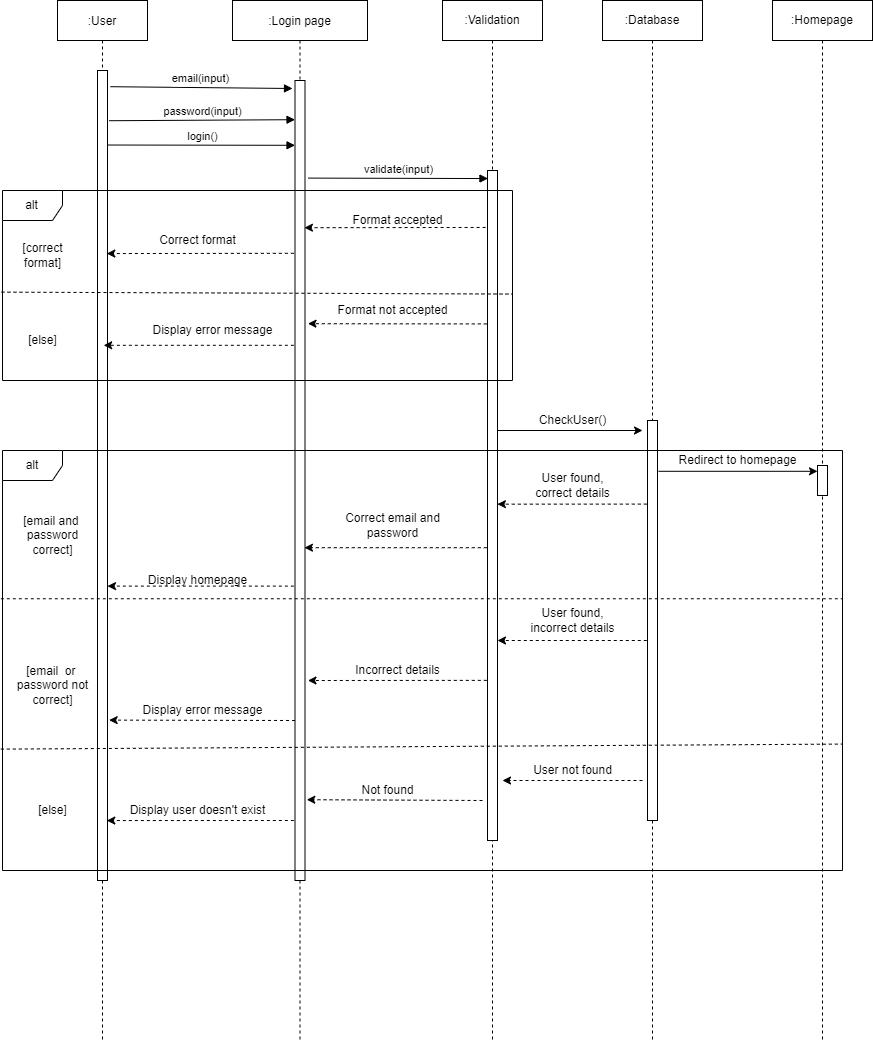
adikolli20/Event-Planner-Application keeps this draw.io diagram as Diagrams/Sequence diagrams/Login.png. Above is the earlier version. Source tidied: cells renumbered, new cells last; positions are measured from the earlier drawing's top-left corner, leaving out a move shared by most shapes.
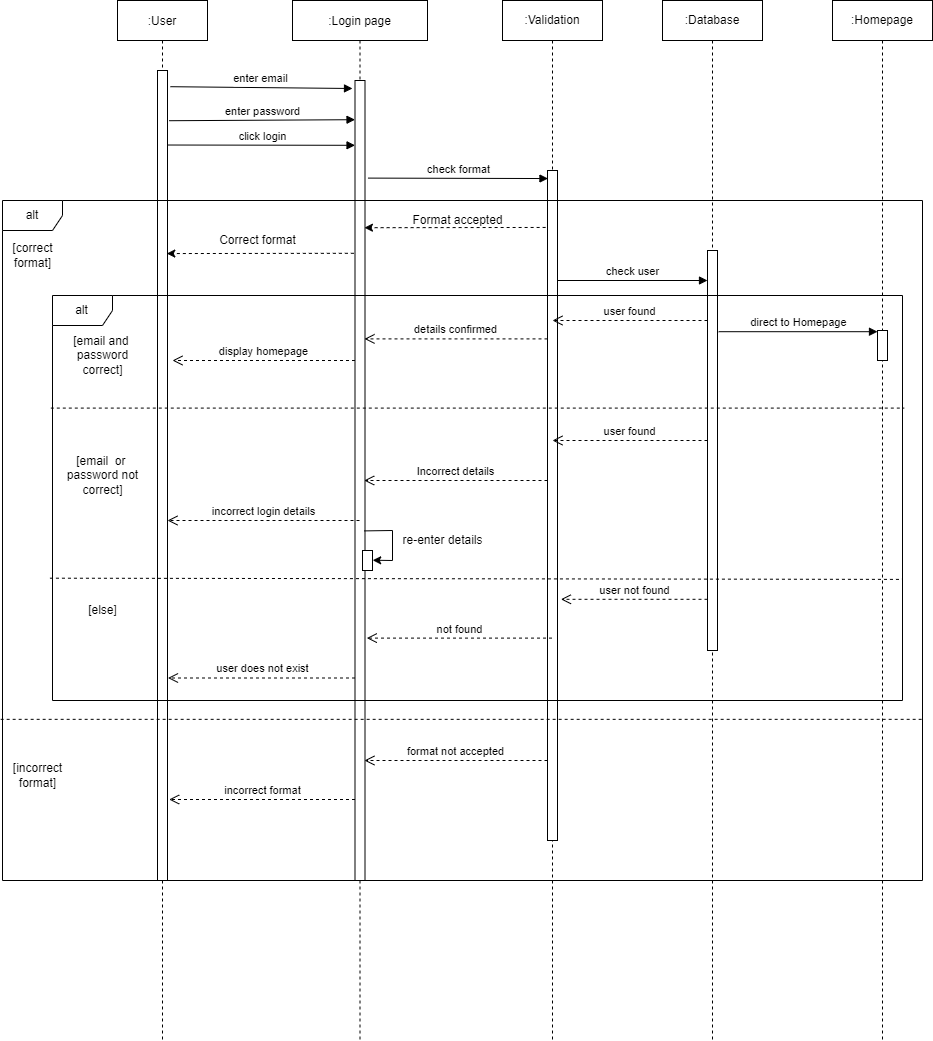
The same file after the commit.

The edit, as a diff of the source:
```diff
@@ -16,3 +16,14 @@
     </mxCell>
+    <mxCell id="57" style="html=1;points=[];perimeter=orthogonalPerimeter;" parent="4" vertex="1">
+      <mxGeometry x="70" y="550" width="10" height="20" as="geometry" />
+    </mxCell>
+    <mxCell id="58" style="endArrow=classic;html=1;rounded=0;entryX=1.019;entryY=0.486;entryDx=0;entryDy=0;entryPerimeter=0;exitX=0.931;exitY=0.563;exitDx=0;exitDy=0;exitPerimeter=0;" parent="4" edge="1" source="5" target="57">
+      <mxGeometry relative="1" as="geometry">
+        <Array as="points">
+          <mxPoint x="100" y="530" />
+          <mxPoint x="100" y="560" />
+        </Array>
+      </mxGeometry>
+    </mxCell>
-    <mxCell id="6" value="email(input)" style="verticalAlign=bottom;endArrow=block;shadow=0;strokeWidth=1;exitX=1.282;exitY=0.02;exitDx=0;exitDy=0;exitPerimeter=0;" parent="1" edge="1" source="3">
+    <mxCell id="6" value="enter email" style="verticalAlign=bottom;endArrow=block;shadow=0;strokeWidth=1;exitX=1.282;exitY=0.02;exitDx=0;exitDy=0;exitPerimeter=0;" parent="1" edge="1" source="3">
       <mxGeometry relative="1" as="geometry">
@@ -25,3 +36,3 @@
     <mxCell id="8" style="html=1;points=[];perimeter=orthogonalPerimeter;" parent="7" vertex="1">
-      <mxGeometry x="45" y="420" width="10" height="400" as="geometry" />
+      <mxGeometry x="45" y="250" width="10" height="400" as="geometry" />
     </mxCell>
@@ -31,3 +42,3 @@
     <mxCell id="10" style="html=1;points=[];perimeter=orthogonalPerimeter;" parent="9" vertex="1">
-      <mxGeometry x="45" y="465" width="10" height="30" as="geometry" />
+      <mxGeometry x="45" y="330" width="10" height="30" as="geometry" />
     </mxCell>
@@ -39,9 +50,9 @@
     </mxCell>
-    <mxCell id="13" value="validate(input)" style="html=1;verticalAlign=bottom;endArrow=block;rounded=0;exitX=1.297;exitY=0.122;exitDx=0;exitDy=0;exitPerimeter=0;entryX=0.047;entryY=0.012;entryDx=0;entryDy=0;entryPerimeter=0;" parent="1" edge="1" source="5" target="12">
+    <mxCell id="13" value="check format" style="html=1;verticalAlign=bottom;endArrow=block;rounded=0;exitX=1.297;exitY=0.122;exitDx=0;exitDy=0;exitPerimeter=0;entryX=0.047;entryY=0.012;entryDx=0;entryDy=0;entryPerimeter=0;" parent="1" edge="1" source="5" target="12">
       <mxGeometry relative="1" as="geometry" />
     </mxCell>
-    <mxCell id="14" value="password(input)" style="html=1;verticalAlign=bottom;endArrow=block;rounded=0;entryX=0.003;entryY=0.049;entryDx=0;entryDy=0;entryPerimeter=0;exitX=1.165;exitY=0.062;exitDx=0;exitDy=0;exitPerimeter=0;" parent="1" edge="1" source="3" target="5">
+    <mxCell id="14" value="enter password" style="html=1;verticalAlign=bottom;endArrow=block;rounded=0;entryX=0.003;entryY=0.049;entryDx=0;entryDy=0;entryPerimeter=0;exitX=1.165;exitY=0.062;exitDx=0;exitDy=0;exitPerimeter=0;" parent="1" edge="1" source="3" target="5">
       <mxGeometry relative="1" as="geometry" />
     </mxCell>
-    <mxCell id="15" value="login()" style="html=1;verticalAlign=bottom;endArrow=block;rounded=0;entryX=0.003;entryY=0.081;entryDx=0;entryDy=0;entryPerimeter=0;exitX=1.047;exitY=0.092;exitDx=0;exitDy=0;exitPerimeter=0;" parent="1" edge="1" source="3" target="5">
+    <mxCell id="15" value="click login" style="html=1;verticalAlign=bottom;endArrow=block;rounded=0;entryX=0.003;entryY=0.081;entryDx=0;entryDy=0;entryPerimeter=0;exitX=1.047;exitY=0.092;exitDx=0;exitDy=0;exitPerimeter=0;" parent="1" edge="1" source="3" target="5">
       <mxGeometry relative="1" as="geometry" />
@@ -49,6 +60,6 @@
     <mxCell id="16" value="[correct&lt;br&gt;format]" style="text;html=1;align=center;verticalAlign=middle;strokeColor=none;fillColor=none;" parent="1" vertex="1">
-      <mxGeometry x="10" y="240" width="60" height="30" as="geometry" />
+      <mxGeometry x="-60" y="240" width="60" height="30" as="geometry" />
     </mxCell>
-    <mxCell id="17" value="[else]" style="text;html=1;align=center;verticalAlign=middle;strokeColor=none;fillColor=none;" parent="1" vertex="1">
-      <mxGeometry x="20" y="330" width="40" height="20" as="geometry" />
+    <mxCell id="17" value="[incorrect&lt;br&gt;format]" style="text;html=1;align=center;verticalAlign=middle;strokeColor=none;fillColor=none;" parent="1" vertex="1">
+      <mxGeometry x="-55" y="760" width="60" height="30" as="geometry" />
     </mxCell>
@@ -66,13 +77,2 @@
     </mxCell>
-    <mxCell id="21" style="html=1;labelBackgroundColor=#ffffff;startArrow=none;startFill=0;startSize=6;endArrow=classic;endFill=1;endSize=6;jettySize=auto;strokeWidth=1;dashed=1;fontSize=14;rounded=0;exitX=-0.071;exitY=0.229;exitDx=0;exitDy=0;exitPerimeter=0;entryX=1.297;entryY=0.304;entryDx=0;entryDy=0;entryPerimeter=0;" parent="1" edge="1" source="12" target="5">
-      <mxGeometry relative="1" as="geometry" />
-    </mxCell>
-    <mxCell id="22" style="html=1;labelBackgroundColor=#ffffff;startArrow=none;startFill=0;startSize=6;endArrow=classic;endFill=1;endSize=6;jettySize=auto;strokeWidth=1;dashed=1;fontSize=14;rounded=0;entryX=1.117;entryY=0.916;entryDx=0;entryDy=0;entryPerimeter=0;exitX=-0.115;exitY=0.331;exitDx=0;exitDy=0;exitPerimeter=0;" parent="1" edge="1" source="5">
-      <mxGeometry relative="1" as="geometry">
-        <mxPoint x="101.2" y="344.8" as="targetPoint" />
-      </mxGeometry>
-    </mxCell>
-    <mxCell id="23" value="Format not accepted" style="text;html=1;align=center;verticalAlign=middle;strokeColor=none;fillColor=none;" parent="1" vertex="1">
-      <mxGeometry x="325" y="300" width="130" height="20" as="geometry" />
-    </mxCell>
     <mxCell id="24" style="html=1;labelBackgroundColor=#ffffff;startArrow=none;startFill=0;startSize=6;endArrow=classic;endFill=1;endSize=6;jettySize=auto;strokeWidth=1;dashed=1;fontSize=14;rounded=0;entryX=0.929;entryY=0.226;entryDx=0;entryDy=0;entryPerimeter=0;exitX=-0.115;exitY=0.216;exitDx=0;exitDy=0;exitPerimeter=0;" parent="1" edge="1" source="5" target="3">
@@ -83,102 +83,74 @@
     </mxCell>
-    <mxCell id="26" style="endArrow=classic;html=1;rounded=0;" parent="1" edge="1" source="12">
-      <mxGeometry relative="1" as="geometry">
-        <mxPoint x="640" y="430" as="targetPoint" />
-      </mxGeometry>
-    </mxCell>
-    <mxCell id="27" value="CheckUser()" style="text;html=1;align=center;verticalAlign=middle;strokeColor=none;fillColor=none;" parent="1" vertex="1">
-      <mxGeometry x="530" y="410" width="80" height="20" as="geometry" />
-    </mxCell>
     <mxCell id="28" value="alt" style="shape=umlFrame;whiteSpace=wrap;html=1;" parent="1" vertex="1">
-      <mxGeometry y="450" width="840" height="420" as="geometry" />
+      <mxGeometry x="-10" y="295" width="850" height="405" as="geometry" />
     </mxCell>
-    <mxCell id="29" value="User found,&lt;br&gt;correct details" style="text;html=1;align=center;verticalAlign=middle;strokeColor=none;fillColor=none;" parent="1" vertex="1">
-      <mxGeometry x="525" y="470" width="90" height="30" as="geometry" />
-    </mxCell>
-    <mxCell id="30" style="html=1;labelBackgroundColor=#ffffff;startArrow=none;startFill=0;startSize=6;endArrow=classic;endFill=1;endSize=6;jettySize=auto;strokeWidth=1;dashed=1;fontSize=14;rounded=0;exitX=-0.071;exitY=0.563;exitDx=0;exitDy=0;exitPerimeter=0;entryX=0.944;entryY=0.584;entryDx=0;entryDy=0;entryPerimeter=0;" parent="1" edge="1" source="12" target="5">
-      <mxGeometry relative="1" as="geometry" />
-    </mxCell>
-    <mxCell id="31" value="Correct email and&lt;br&gt;password" style="text;html=1;align=center;verticalAlign=middle;strokeColor=none;fillColor=none;" parent="1" vertex="1">
-      <mxGeometry x="335" y="510" width="110" height="30" as="geometry" />
-    </mxCell>
     <mxCell id="32" value="alt" style="shape=umlFrame;whiteSpace=wrap;html=1;" parent="1" vertex="1">
-      <mxGeometry y="190" width="510" height="190" as="geometry" />
+      <mxGeometry x="-60" y="200" width="920" height="680" as="geometry" />
     </mxCell>
-    <mxCell id="33" style="endArrow=none;dashed=1;html=1;rounded=0;exitX=-0.002;exitY=0.535;exitDx=0;exitDy=0;exitPerimeter=0;entryX=1;entryY=0.545;entryDx=0;entryDy=0;entryPerimeter=0;" parent="1" edge="1" source="32" target="32">
+    <mxCell id="33" style="endArrow=none;dashed=1;html=1;rounded=0;entryX=1;entryY=0.763;entryDx=0;entryDy=0;entryPerimeter=0;exitX=-0.002;exitY=0.763;exitDx=0;exitDy=0;exitPerimeter=0;" parent="1" edge="1" source="32" target="32">
       <mxGeometry relative="1" as="geometry" />
     </mxCell>
+    <mxCell id="38" style="endArrow=none;dashed=1;html=1;rounded=0;exitX=-0.002;exitY=0.278;exitDx=0;exitDy=0;exitPerimeter=0;entryX=1.002;entryY=0.278;entryDx=0;entryDy=0;entryPerimeter=0;" parent="1" edge="1" source="28" target="28">
+      <mxGeometry relative="1" as="geometry" />
+    </mxCell>
+    <mxCell id="45" style="endArrow=none;dashed=1;html=1;rounded=0;exitX=-0.003;exitY=0.698;exitDx=0;exitDy=0;exitPerimeter=0;entryX=1;entryY=0.701;entryDx=0;entryDy=0;entryPerimeter=0;" parent="1" edge="1" source="28" target="28">
+      <mxGeometry relative="1" as="geometry" />
+    </mxCell>
+    <mxCell id="52" value="[email and&amp;nbsp;&lt;br&gt;password&lt;br&gt;correct]" style="text;html=1;align=center;verticalAlign=middle;strokeColor=none;fillColor=none;" parent="1" vertex="1">
+      <mxGeometry x="5" y="330" width="70" height="50" as="geometry" />
+    </mxCell>
+    <mxCell id="54" value="[else]" style="text;html=1;align=center;verticalAlign=middle;strokeColor=none;fillColor=none;" parent="1" vertex="1">
+      <mxGeometry x="20" y="600" width="40" height="20" as="geometry" />
+    </mxCell>
+    <mxCell id="59" value="check user" style="html=1;verticalAlign=bottom;endArrow=block;rounded=0;entryX=0;entryY=0.075;entryDx=0;entryDy=0;entryPerimeter=0;" parent="1" edge="1" source="12" target="8">
+      <mxGeometry relative="1" as="geometry" />
+    </mxCell>
+    <mxCell id="60" value="user found" style="html=1;verticalAlign=bottom;endArrow=open;dashed=1;endSize=8;rounded=0;" parent="1" edge="1" source="8">
+      <mxGeometry relative="1" as="geometry">
+        <mxPoint x="490" y="320" as="targetPoint" />
+      </mxGeometry>
+    </mxCell>
+    <mxCell id="61" value="display homepage" style="html=1;verticalAlign=bottom;endArrow=open;dashed=1;endSize=8;rounded=0;" parent="1" edge="1" source="5">
+      <mxGeometry relative="1" as="geometry">
+        <mxPoint x="110" y="360" as="targetPoint" />
+      </mxGeometry>
+    </mxCell>
-    <mxCell id="34" style="endArrow=classic;html=1;rounded=0;exitX=1.106;exitY=0.127;exitDx=0;exitDy=0;exitPerimeter=0;" parent="1" edge="1" source="8" target="10">
+    <mxCell id="34" value="direct to Homepage" style="html=1;verticalAlign=bottom;endArrow=block;rounded=0;exitX=1.117;exitY=0.203;exitDx=0;exitDy=0;exitPerimeter=0;" parent="1" edge="1" source="8" target="10">
       <mxGeometry relative="1" as="geometry" />
     </mxCell>
-    <mxCell id="35" value="Display error message" style="text;html=1;align=center;verticalAlign=middle;strokeColor=none;fillColor=none;" parent="1" vertex="1">
-      <mxGeometry x="140" y="320" width="140" height="20" as="geometry" />
-    </mxCell>
-    <mxCell id="36" style="html=1;labelBackgroundColor=#ffffff;startArrow=none;startFill=0;startSize=6;endArrow=classic;endFill=1;endSize=6;jettySize=auto;strokeWidth=1;dashed=1;fontSize=14;rounded=0;exitX=-0.115;exitY=0.632;exitDx=0;exitDy=0;exitPerimeter=0;" parent="1" edge="1" source="5" target="3">
-      <mxGeometry relative="1" as="geometry" />
-    </mxCell>
-    <mxCell id="37" value="Redirect to homepage" style="text;html=1;align=center;verticalAlign=middle;strokeColor=none;fillColor=none;" parent="1" vertex="1">
-      <mxGeometry x="670" y="450" width="130" height="20" as="geometry" />
-    </mxCell>
-    <mxCell id="38" style="endArrow=none;dashed=1;html=1;rounded=0;exitX=-0.002;exitY=0.353;exitDx=0;exitDy=0;exitPerimeter=0;entryX=1;entryY=0.353;entryDx=0;entryDy=0;entryPerimeter=0;" parent="1" edge="1" source="28" target="28">
-      <mxGeometry relative="1" as="geometry" />
-    </mxCell>
-    <mxCell id="39" style="html=1;labelBackgroundColor=#ffffff;startArrow=none;startFill=0;startSize=6;endArrow=classic;endFill=1;endSize=6;jettySize=auto;strokeWidth=1;dashed=1;fontSize=14;rounded=0;exitX=-0.071;exitY=0.55;exitDx=0;exitDy=0;exitPerimeter=0;" parent="1" edge="1" source="8" target="12">
-      <mxGeometry relative="1" as="geometry" />
-    </mxCell>
-    <mxCell id="40" value="User found,&lt;br&gt;incorrect details" style="text;html=1;align=center;verticalAlign=middle;strokeColor=none;fillColor=none;" parent="1" vertex="1">
-      <mxGeometry x="520" y="605" width="100" height="30" as="geometry" />
-    </mxCell>
-    <mxCell id="41" style="html=1;labelBackgroundColor=#ffffff;startArrow=none;startFill=0;startSize=6;endArrow=classic;endFill=1;endSize=6;jettySize=auto;strokeWidth=1;dashed=1;fontSize=14;rounded=0;entryX=1.297;entryY=0.75;entryDx=0;entryDy=0;entryPerimeter=0;exitX=-0.071;exitY=0.761;exitDx=0;exitDy=0;exitPerimeter=0;" parent="1" edge="1" source="12" target="5">
-      <mxGeometry relative="1" as="geometry" />
-    </mxCell>
+    <mxCell id="62" value="user found" style="html=1;verticalAlign=bottom;endArrow=open;dashed=1;endSize=8;rounded=0;" parent="1" edge="1" source="8">
+      <mxGeometry relative="1" as="geometry">
+        <mxPoint x="490" y="440" as="targetPoint" />
+      </mxGeometry>
+    </mxCell>
+    <mxCell id="63" value="details confirmed" style="html=1;verticalAlign=bottom;endArrow=open;dashed=1;endSize=8;rounded=0;entryX=0.95;entryY=0.323;entryDx=0;entryDy=0;entryPerimeter=0;" parent="1" edge="1" source="12" target="5">
+      <mxGeometry relative="1" as="geometry" />
+    </mxCell>
-    <mxCell id="42" value="Incorrect details" style="text;html=1;align=center;verticalAlign=middle;strokeColor=none;fillColor=none;" parent="1" vertex="1">
-      <mxGeometry x="345" y="660" width="100" height="20" as="geometry" />
+    <mxCell id="42" value="Incorrect details" style="html=1;verticalAlign=bottom;endArrow=open;dashed=1;endSize=8;rounded=0;entryX=0.919;entryY=0.5;entryDx=0;entryDy=0;entryPerimeter=0;" parent="1" edge="1" source="12" target="5">
+      <mxGeometry relative="1" as="geometry" />
     </mxCell>
-    <mxCell id="43" style="html=1;labelBackgroundColor=#ffffff;startArrow=none;startFill=0;startSize=6;endArrow=classic;endFill=1;endSize=6;jettySize=auto;strokeWidth=1;dashed=1;fontSize=14;rounded=0;exitX=0.003;exitY=0.8;exitDx=0;exitDy=0;exitPerimeter=0;entryX=1.165;entryY=0.802;entryDx=0;entryDy=0;entryPerimeter=0;" parent="1" edge="1" source="5" target="3">
-      <mxGeometry relative="1" as="geometry" />
-    </mxCell>
-    <mxCell id="44" value="Display error message" style="text;html=1;align=center;verticalAlign=middle;strokeColor=none;fillColor=none;" parent="1" vertex="1">
-      <mxGeometry x="130" y="700" width="140" height="20" as="geometry" />
-    </mxCell>
-    <mxCell id="45" style="endArrow=none;dashed=1;html=1;rounded=0;exitX=-0.002;exitY=0.711;exitDx=0;exitDy=0;exitPerimeter=0;entryX=1;entryY=0.699;entryDx=0;entryDy=0;entryPerimeter=0;" parent="1" edge="1" source="28" target="28">
-      <mxGeometry relative="1" as="geometry" />
-    </mxCell>
-    <mxCell id="46" style="html=1;labelBackgroundColor=#ffffff;startArrow=none;startFill=0;startSize=6;endArrow=classic;endFill=1;endSize=6;jettySize=auto;orthogonalLoop=1;strokeWidth=1;dashed=1;fontSize=14;rounded=0;" parent="1" edge="1">
-      <mxGeometry relative="1" as="geometry">
-        <mxPoint x="640" y="780" as="sourcePoint" />
-        <mxPoint x="500" y="780" as="targetPoint" />
-      </mxGeometry>
-    </mxCell>
-    <mxCell id="47" value="User not found" style="text;html=1;align=center;verticalAlign=middle;strokeColor=none;fillColor=none;" parent="1" vertex="1">
-      <mxGeometry x="525" y="760" width="90" height="20" as="geometry" />
-    </mxCell>
-    <mxCell id="48" style="html=1;labelBackgroundColor=#ffffff;startArrow=none;startFill=0;startSize=6;endArrow=classic;endFill=1;endSize=6;jettySize=auto;strokeWidth=1;dashed=1;fontSize=14;rounded=0;entryX=1.179;entryY=0.899;entryDx=0;entryDy=0;entryPerimeter=0;" parent="1" edge="1" target="5">
-      <mxGeometry relative="1" as="geometry">
-        <mxPoint x="480" y="800" as="sourcePoint" />
-      </mxGeometry>
-    </mxCell>
-    <mxCell id="49" value="Not found" style="text;html=1;align=center;verticalAlign=middle;strokeColor=none;fillColor=none;" parent="1" vertex="1">
-      <mxGeometry x="350" y="780" width="70" height="20" as="geometry" />
-    </mxCell>
-    <mxCell id="50" style="html=1;labelBackgroundColor=#ffffff;startArrow=none;startFill=0;startSize=6;endArrow=classic;endFill=1;endSize=6;jettySize=auto;strokeWidth=1;dashed=1;fontSize=14;rounded=0;exitX=-0.115;exitY=0.925;exitDx=0;exitDy=0;exitPerimeter=0;entryX=0.929;entryY=0.926;entryDx=0;entryDy=0;entryPerimeter=0;" parent="1" edge="1" source="5" target="3">
-      <mxGeometry relative="1" as="geometry" />
-    </mxCell>
-    <mxCell id="51" value="Display user doesn't exist" style="text;html=1;align=center;verticalAlign=middle;strokeColor=none;fillColor=none;" parent="1" vertex="1">
-      <mxGeometry x="120" y="800" width="150" height="20" as="geometry" />
-    </mxCell>
-    <mxCell id="52" value="[email and&amp;nbsp;&lt;br&gt;password&lt;br&gt;correct]" style="text;html=1;align=center;verticalAlign=middle;strokeColor=none;fillColor=none;" parent="1" vertex="1">
-      <mxGeometry x="15" y="510" width="70" height="50" as="geometry" />
-    </mxCell>
+    <mxCell id="64" value="incorrect login details" style="html=1;verticalAlign=bottom;endArrow=open;dashed=1;endSize=8;rounded=0;" parent="1" edge="1" source="4" target="3">
+      <mxGeometry relative="1" as="geometry" />
+    </mxCell>
+    <mxCell id="65" value="user not found" style="html=1;verticalAlign=bottom;endArrow=open;dashed=1;endSize=8;rounded=0;entryX=1.341;entryY=0.64;entryDx=0;entryDy=0;entryPerimeter=0;" parent="1" edge="1" source="8" target="12">
+      <mxGeometry relative="1" as="geometry" />
+    </mxCell>
+    <mxCell id="66" value="not found" style="html=1;verticalAlign=bottom;endArrow=open;dashed=1;endSize=8;rounded=0;entryX=1.179;entryY=0.697;entryDx=0;entryDy=0;entryPerimeter=0;" parent="1" edge="1" source="11" target="5">
+      <mxGeometry relative="1" as="geometry" />
+    </mxCell>
+    <mxCell id="67" value="user does not exist" style="html=1;verticalAlign=bottom;endArrow=open;dashed=1;endSize=8;rounded=0;entryX=1.047;entryY=0.75;entryDx=0;entryDy=0;entryPerimeter=0;" parent="1" edge="1" source="5" target="3">
+      <mxGeometry relative="1" as="geometry" />
+    </mxCell>
     <mxCell id="53" value="[email&amp;nbsp; or &lt;br&gt;password not&lt;br&gt;correct]" style="text;html=1;align=center;verticalAlign=middle;strokeColor=none;fillColor=none;" parent="1" vertex="1">
-      <mxGeometry x="5" y="660" width="90" height="50" as="geometry" />
+      <mxGeometry x="-5" y="450" width="90" height="50" as="geometry" />
     </mxCell>
-    <mxCell id="54" value="[else]" style="text;html=1;align=center;verticalAlign=middle;strokeColor=none;fillColor=none;" parent="1" vertex="1">
-      <mxGeometry x="30" y="800" width="40" height="20" as="geometry" />
-    </mxCell>
-    <mxCell id="55" style="html=1;labelBackgroundColor=#ffffff;startArrow=none;startFill=0;startSize=6;endArrow=classic;endFill=1;endSize=6;jettySize=auto;strokeWidth=1;dashed=1;fontSize=14;rounded=0;exitX=-0.071;exitY=0.209;exitDx=0;exitDy=0;exitPerimeter=0;entryX=0.988;entryY=0.498;entryDx=0;entryDy=0;entryPerimeter=0;" parent="1" edge="1" source="8" target="12">
-      <mxGeometry relative="1" as="geometry" />
-    </mxCell>
-    <mxCell id="56" value="Display homepage" style="text;html=1;align=center;verticalAlign=middle;strokeColor=none;fillColor=none;" parent="1" vertex="1">
-      <mxGeometry x="140" y="570" width="110" height="20" as="geometry" />
-    </mxCell>
+    <mxCell id="68" value="format not accepted" style="html=1;verticalAlign=bottom;endArrow=open;dashed=1;endSize=8;rounded=0;entryX=0.944;entryY=0.85;entryDx=0;entryDy=0;entryPerimeter=0;" parent="1" edge="1" source="12" target="5">
+      <mxGeometry relative="1" as="geometry" />
+    </mxCell>
+    <mxCell id="69" value="incorrect format" style="html=1;verticalAlign=bottom;endArrow=open;dashed=1;endSize=8;rounded=0;entryX=1.165;entryY=0.9;entryDx=0;entryDy=0;entryPerimeter=0;" parent="1" edge="1" source="5" target="3">
+      <mxGeometry relative="1" as="geometry" />
+    </mxCell>
+    <mxCell id="70" value="re-enter details" style="text;html=1;align=center;verticalAlign=middle;strokeColor=none;fillColor=none;" parent="1" vertex="1">
+      <mxGeometry x="330" y="530" width="100" height="20" as="geometry" />
+    </mxCell>
   </root>
```
